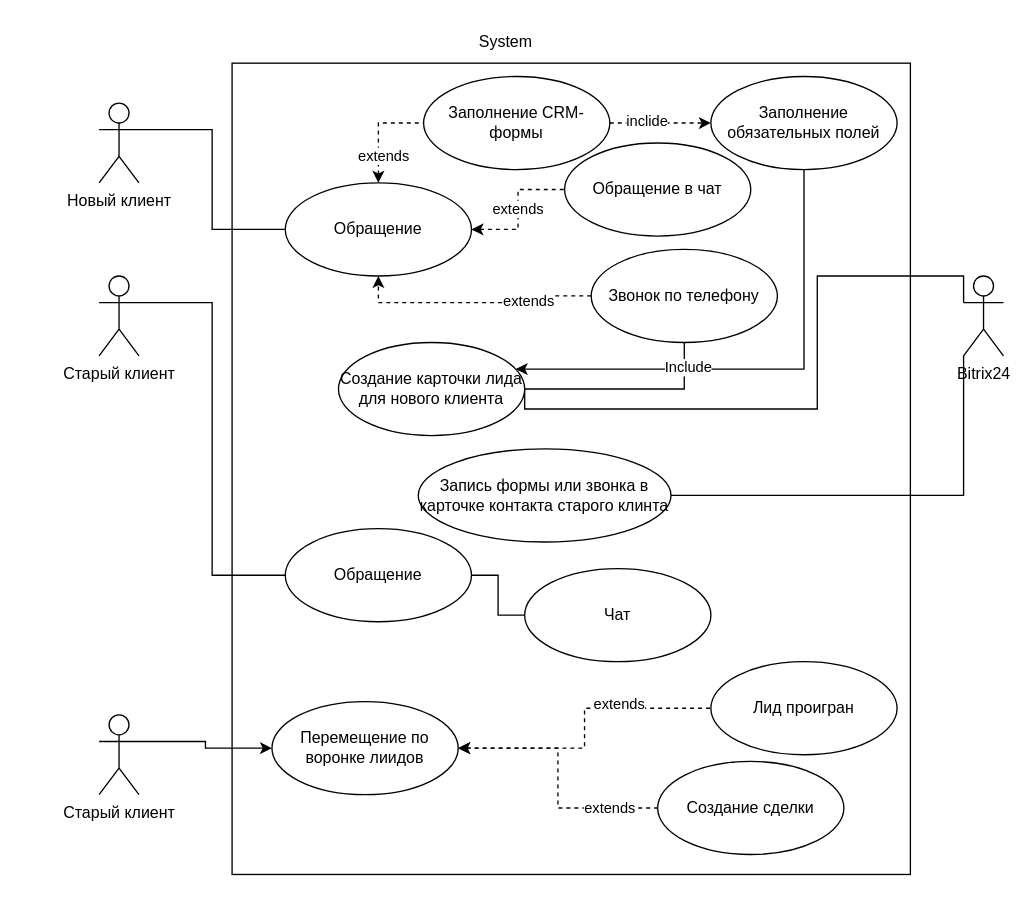
This is UML.drawio from A2ZLawyer/ooplesson1, a draw.io file, before an edit. Source tidied: cells renumbered, new cells numbered last; positions are measured from the earlier drawing's top-left corner, leaving out a move shared by most shapes. Both pictures are drawn from the tidied source at 133%, with x=0, y=0 at pixel (98, 23).
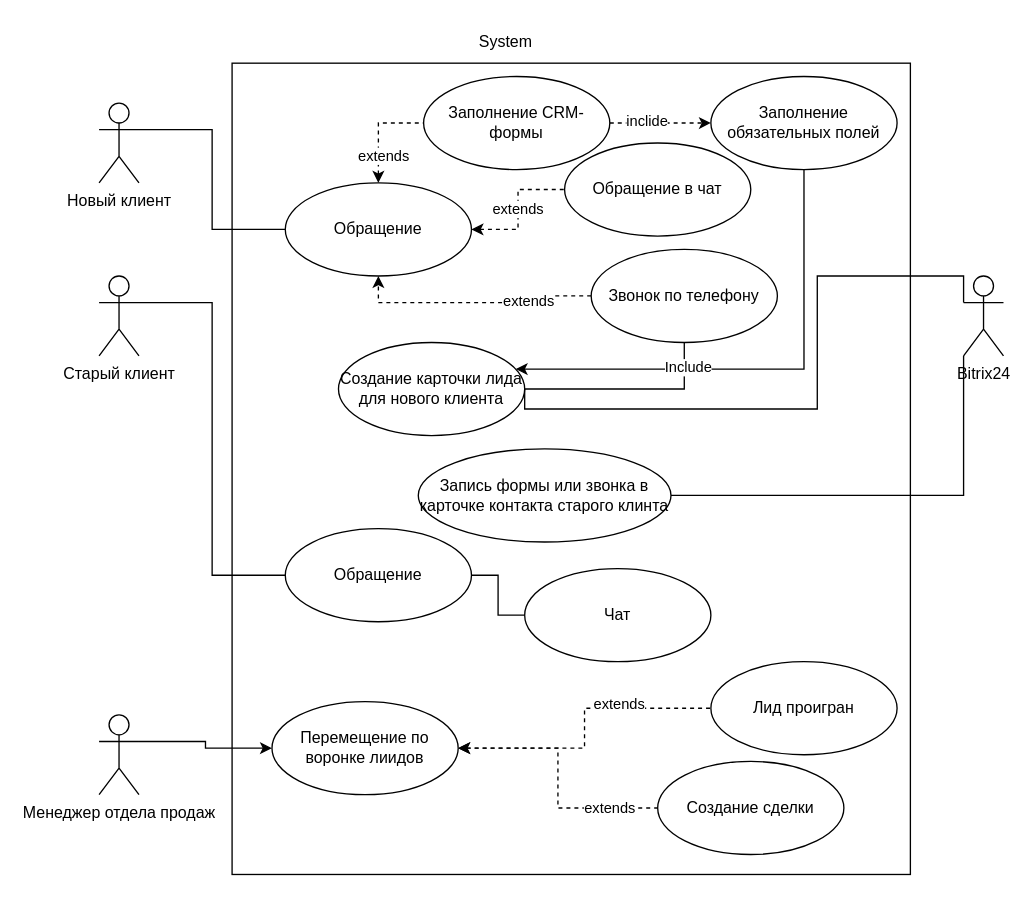
The same diagram, later.

Commit message:
Диаграмма вариантов использования.drawio

Diff of the diagram source:
```diff
@@
-    <mxCell id="32" value="Старый клиент" style="shape=umlActor;verticalLabelPosition=bottom;verticalAlign=top;html=1;" parent="1" vertex="1">
+    <mxCell id="32" value="Менеджер отдела продаж" style="shape=umlActor;verticalLabelPosition=bottom;verticalAlign=top;html=1;" parent="1" vertex="1">
       <mxGeometry y="520" width="30" height="60" as="geometry" />
     </mxCell>
```
